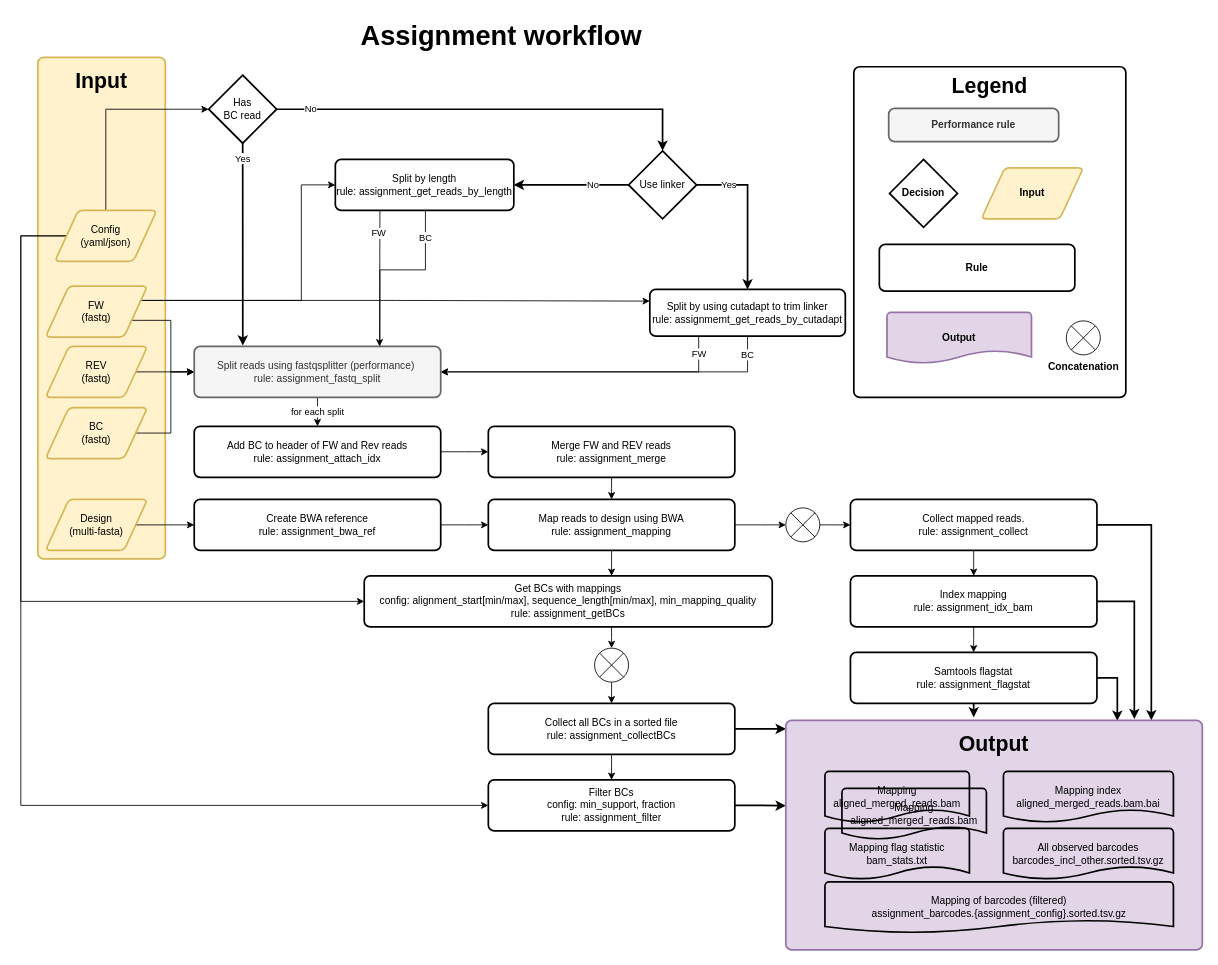
The draw.io diagram docs/MPRAsnakeflow_assignment.drawio in kircherlab/MPRAsnakeflow, before the edit. Source tidied: cells renumbered, new cells numbered last; positions are measured from the earlier drawing's top-left corner, leaving out a move shared by most shapes. Both pictures are drawn from the tidied source at 85%, with x=0, y=0 at pixel (20, 14).
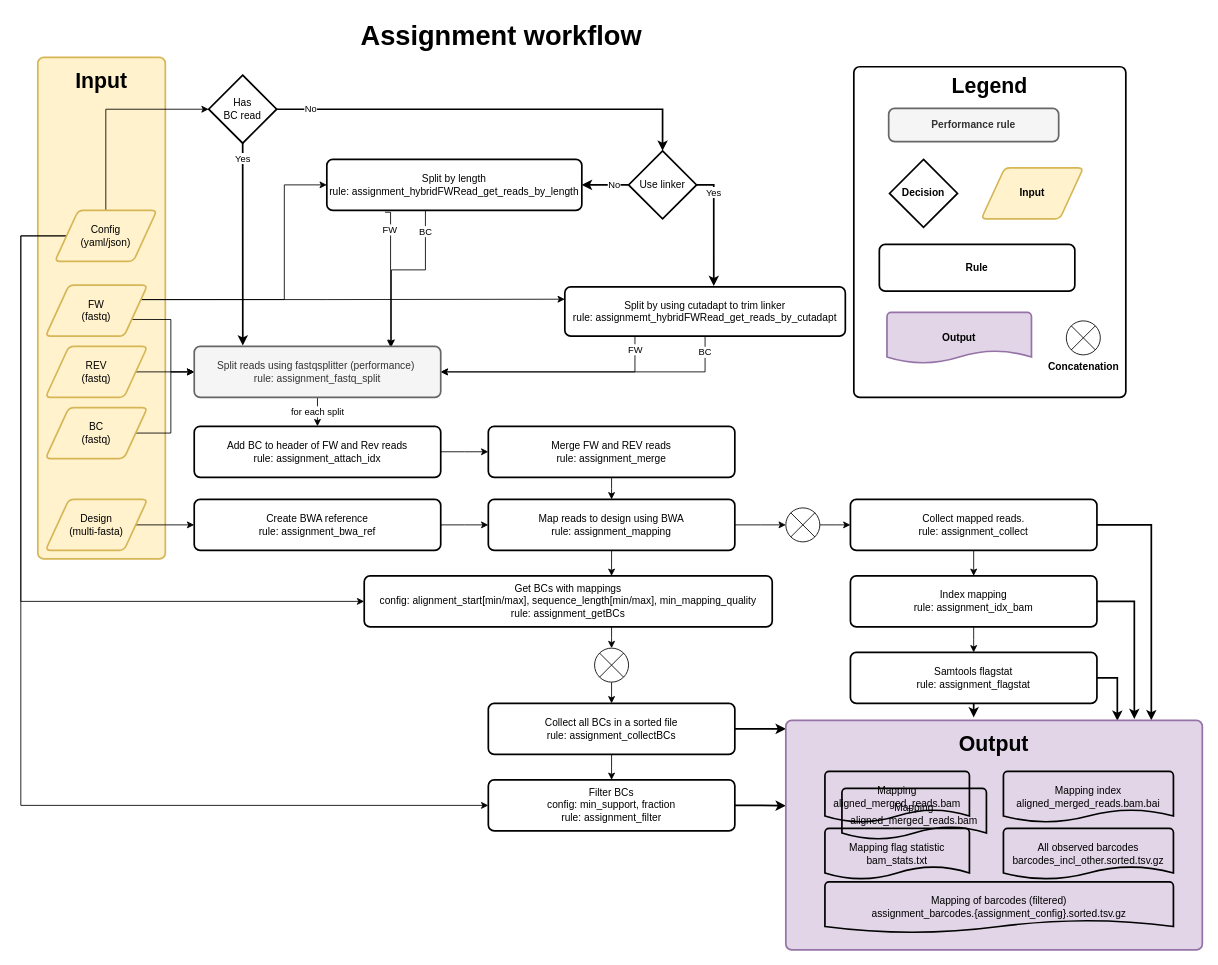
The same diagram, later.

Commit message:
docs: nw assignment workflow graph

The change refers to these unchanged cells:
```xml
<mxCell id="18" value="Use linker" style="strokeWidth=2;html=1;shape=mxgraph.flowchart.decision;whiteSpace=wrap;" parent="1" vertex="1">
  <mxGeometry x="715" y="160" width="80" height="80" as="geometry" />
</mxCell>
<mxCell id="26" value="Split reads using&amp;nbsp;fastqsplitter (performance)&amp;nbsp;&lt;br&gt;rule: assignment_fastq_split" style="rounded=1;whiteSpace=wrap;html=1;absoluteArcSize=1;arcSize=14;strokeWidth=2;fillColor=#f5f5f5;strokeColor=#666666;fontColor=#333333;" parent="1" vertex="1">
  <mxGeometry x="204" y="390" width="290" height="60" as="geometry" />
</mxCell>
```

The edit, as a diff of the source:
```diff
@@
     <mxCell id="5" style="edgeStyle=elbowEdgeStyle;rounded=0;jettySize=auto;html=1;exitX=1;exitY=0.25;exitDx=0;exitDy=0;entryX=0;entryY=0.25;entryDx=0;entryDy=0;strokeColor=default;fontFamily=Helvetica;" parent="1" edge="1" source="8" target="21">
-      <mxGeometry relative="1" as="geometry" />
+      <mxGeometry relative="1" as="geometry">
+        <Array as="points">
+          <mxPoint x="360" y="330" />
+        </Array>
+      </mxGeometry>
     </mxCell>
@@
-    <mxCell id="7" style="edgeStyle=orthogonalEdgeStyle;rounded=0;jettySize=auto;html=1;exitX=1;exitY=0.25;exitDx=0;exitDy=0;entryX=0;entryY=0.5;entryDx=0;entryDy=0;strokeColor=default;strokeWidth=1;fontFamily=Helvetica;elbow=vertical;" parent="1" edge="1" source="8" target="24">
+    <mxCell id="7" style="edgeStyle=orthogonalEdgeStyle;rounded=0;jettySize=auto;html=1;exitX=1;exitY=0.25;exitDx=0;exitDy=0;entryX=0;entryY=0.5;entryDx=0;entryDy=0;" parent="1" edge="1" source="8" target="24">
       <mxGeometry relative="1" as="geometry">
         <Array as="points">
-          <mxPoint x="330" y="336" />
-          <mxPoint x="330" y="200" />
+          <mxPoint x="310" y="335" />
+          <mxPoint x="310" y="200" />
         </Array>
       </mxGeometry>
     </mxCell>
     <mxCell id="8" value="&lt;div&gt;FW&lt;/div&gt;(fastq)" style="shape=parallelogram;html=1;strokeWidth=2;perimeter=parallelogramPerimeter;whiteSpace=wrap;rounded=1;arcSize=12;size=0.23;fillColor=none;strokeColor=#d6b656;" parent="1" vertex="1">
-      <mxGeometry x="29" y="319" width="120" height="60" as="geometry" />
+      <mxGeometry x="29" y="318" width="120" height="60" as="geometry" />
     </mxCell>
@@
-    <mxCell id="16" value="Yes" style="edgeStyle=orthogonalEdgeStyle;rounded=0;jettySize=auto;html=1;exitX=1;exitY=0.5;exitDx=0;exitDy=0;exitPerimeter=0;entryX=0.5;entryY=0;entryDx=0;entryDy=0;fontFamily=Helvetica;strokeWidth=2;" parent="1" edge="1" source="18" target="21">
+    <mxCell id="16" value="Yes" style="edgeStyle=orthogonalEdgeStyle;rounded=0;jettySize=auto;html=1;exitX=1;exitY=0.5;exitDx=0;exitDy=0;exitPerimeter=0;entryX=0.531;entryY=-0.017;entryDx=0;entryDy=0;fontFamily=Helvetica;strokeWidth=2;entryPerimeter=0;" parent="1" edge="1" source="18" target="21">
       <mxGeometry x="-0.59" relative="1" as="geometry" />
     </mxCell>
@@
-    <mxCell id="21" value="Split by using cutadapt to trim linker&lt;br&gt;rule: assignmemt_get_reads_by_cutadapt" style="rounded=1;whiteSpace=wrap;html=1;absoluteArcSize=1;arcSize=14;strokeWidth=2;" parent="1" vertex="1">
-      <mxGeometry x="740" y="323" width="230" height="55" as="geometry" />
+    <mxCell id="21" value="Split by using cutadapt to trim linker&lt;br&gt;rule:&amp;nbsp;assignmemt_hybridFWRead_get_reads_by_cutadapt" style="rounded=1;whiteSpace=wrap;html=1;absoluteArcSize=1;arcSize=14;strokeWidth=2;" parent="1" vertex="1">
+      <mxGeometry x="640" y="320" width="330" height="58" as="geometry" />
     </mxCell>
-    <mxCell id="22" value="FW" style="rounded=0;jettySize=auto;html=1;exitX=0.25;exitY=1;exitDx=0;exitDy=0;entryX=0.75;entryY=0;entryDx=0;entryDy=0;fontFamily=Helvetica;edgeStyle=elbowEdgeStyle;" parent="1" edge="1" source="24" target="26">
-      <mxGeometry x="-0.67" y="-1" relative="1" as="geometry" />
+    <mxCell id="22" value="FW" style="rounded=0;jettySize=auto;html=1;fontFamily=Helvetica;edgeStyle=elbowEdgeStyle;exitX=0.228;exitY=1.036;exitDx=0;exitDy=0;exitPerimeter=0;" parent="1" edge="1" source="24">
+      <mxGeometry x="-0.67" y="-1" relative="1" as="geometry">
+        <mxPoint x="435" y="391" as="targetPoint" />
+        <Array as="points">
+          <mxPoint x="435" y="310" />
+        </Array>
+      </mxGeometry>
     </mxCell>
-    <mxCell id="23" value="BC" style="edgeStyle=orthogonalEdgeStyle;rounded=0;orthogonalLoop=1;jettySize=auto;html=1;exitX=0.5;exitY=1;exitDx=0;exitDy=0;entryX=0.75;entryY=0;entryDx=0;entryDy=0;fontFamily=Helvetica;" parent="1" edge="1">
+    <mxCell id="23" value="BC" style="edgeStyle=orthogonalEdgeStyle;rounded=0;jettySize=auto;html=1;exitX=0.5;exitY=1;exitDx=0;exitDy=0;fontFamily=Helvetica;entryX=0.8;entryY=0.007;entryDx=0;entryDy=0;entryPerimeter=0;" parent="1" edge="1" target="26">
       <mxGeometry x="-0.75" relative="1" as="geometry">
         <mxPoint x="476" y="230" as="sourcePoint" />
-        <mxPoint x="422.5" y="430" as="targetPoint" />
         <Array as="points">
           <mxPoint x="476" y="300" />
-          <mxPoint x="423" y="300" />
+          <mxPoint x="436" y="300" />
         </Array>
       </mxGeometry>
     </mxCell>
-    <mxCell id="24" value="Split by length&lt;br&gt;rule: assignment_get_reads_by_length" style="rounded=1;whiteSpace=wrap;html=1;absoluteArcSize=1;arcSize=14;strokeWidth=2;" parent="1" vertex="1">
-      <mxGeometry x="370" y="170" width="210" height="60" as="geometry" />
+    <mxCell id="24" value="Split by length&lt;br&gt;rule:&amp;nbsp;assignment_hybridFWRead_get_reads_by_length" style="rounded=1;whiteSpace=wrap;html=1;absoluteArcSize=1;arcSize=14;strokeWidth=2;" parent="1" vertex="1">
+      <mxGeometry x="360" y="170" width="300" height="60" as="geometry" />
     </mxCell>
```
